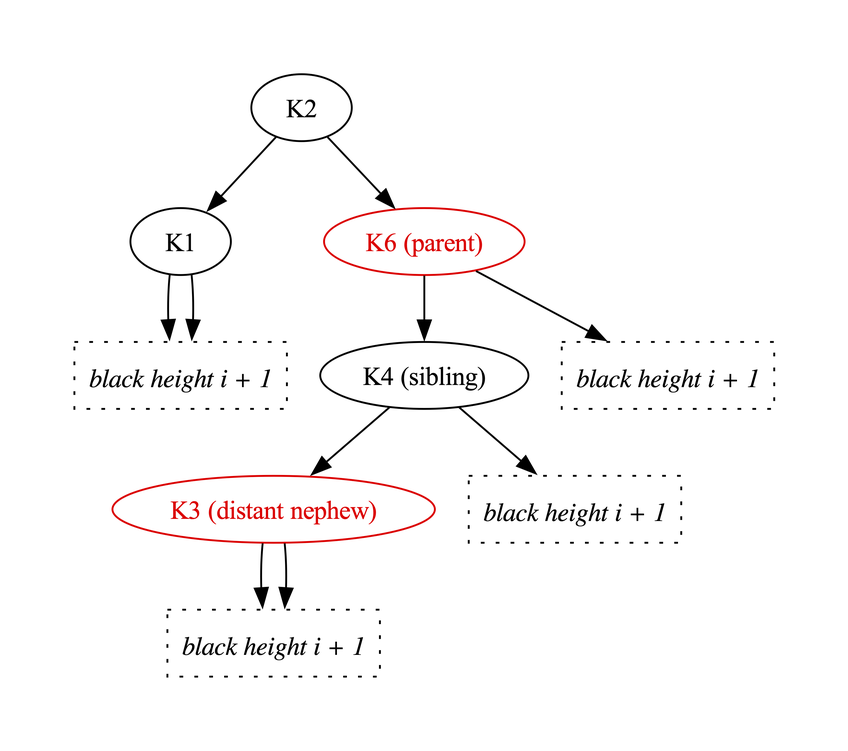
Earlier version of the Graphviz export Fw/DataStructures/docs/diagrams/removeBlackLeafNode/red-sibling-2.png (nasa/fprime). Its source is kept beside it as Fw/DataStructures/docs/diagrams/removeBlackLeafNode/red-sibling-2.dot.
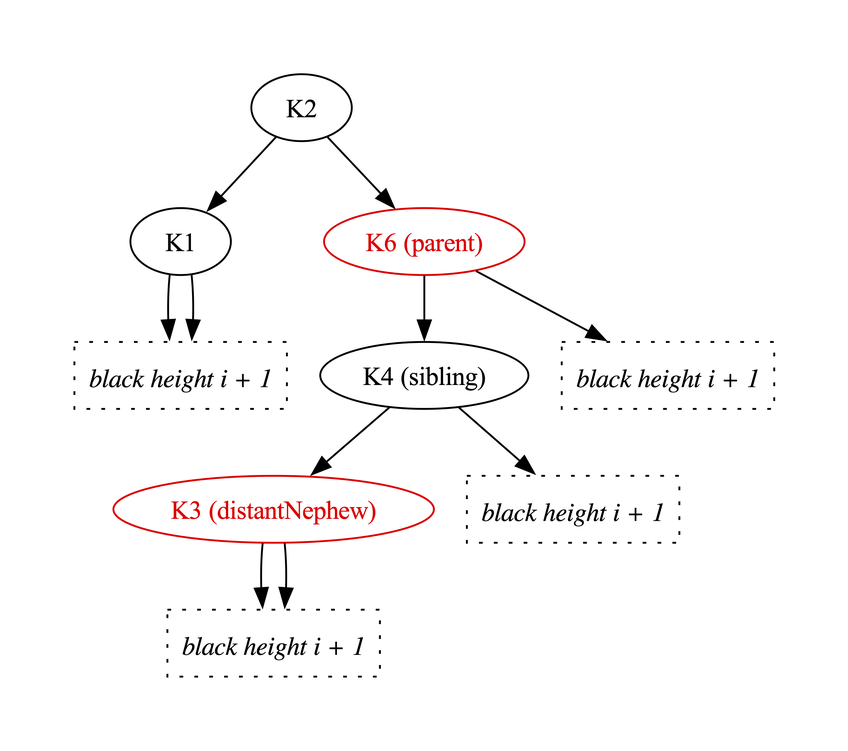
The same file after the commit.

Diff of the diagram source:
```diff
@@ -17,7 +17,7 @@
 
   K1 [label="K1"]
   K2 [label="K2"]
-  K3 [label="K3 (distant nephew)",color="red",fontcolor="red"]
+  K3 [label="K3 (distantNephew)",color="red",fontcolor="red"]
   K4 [label="K4 (sibling)"]
   K6 [label="K6 (parent)",color="red",fontcolor="red"]
 
```
